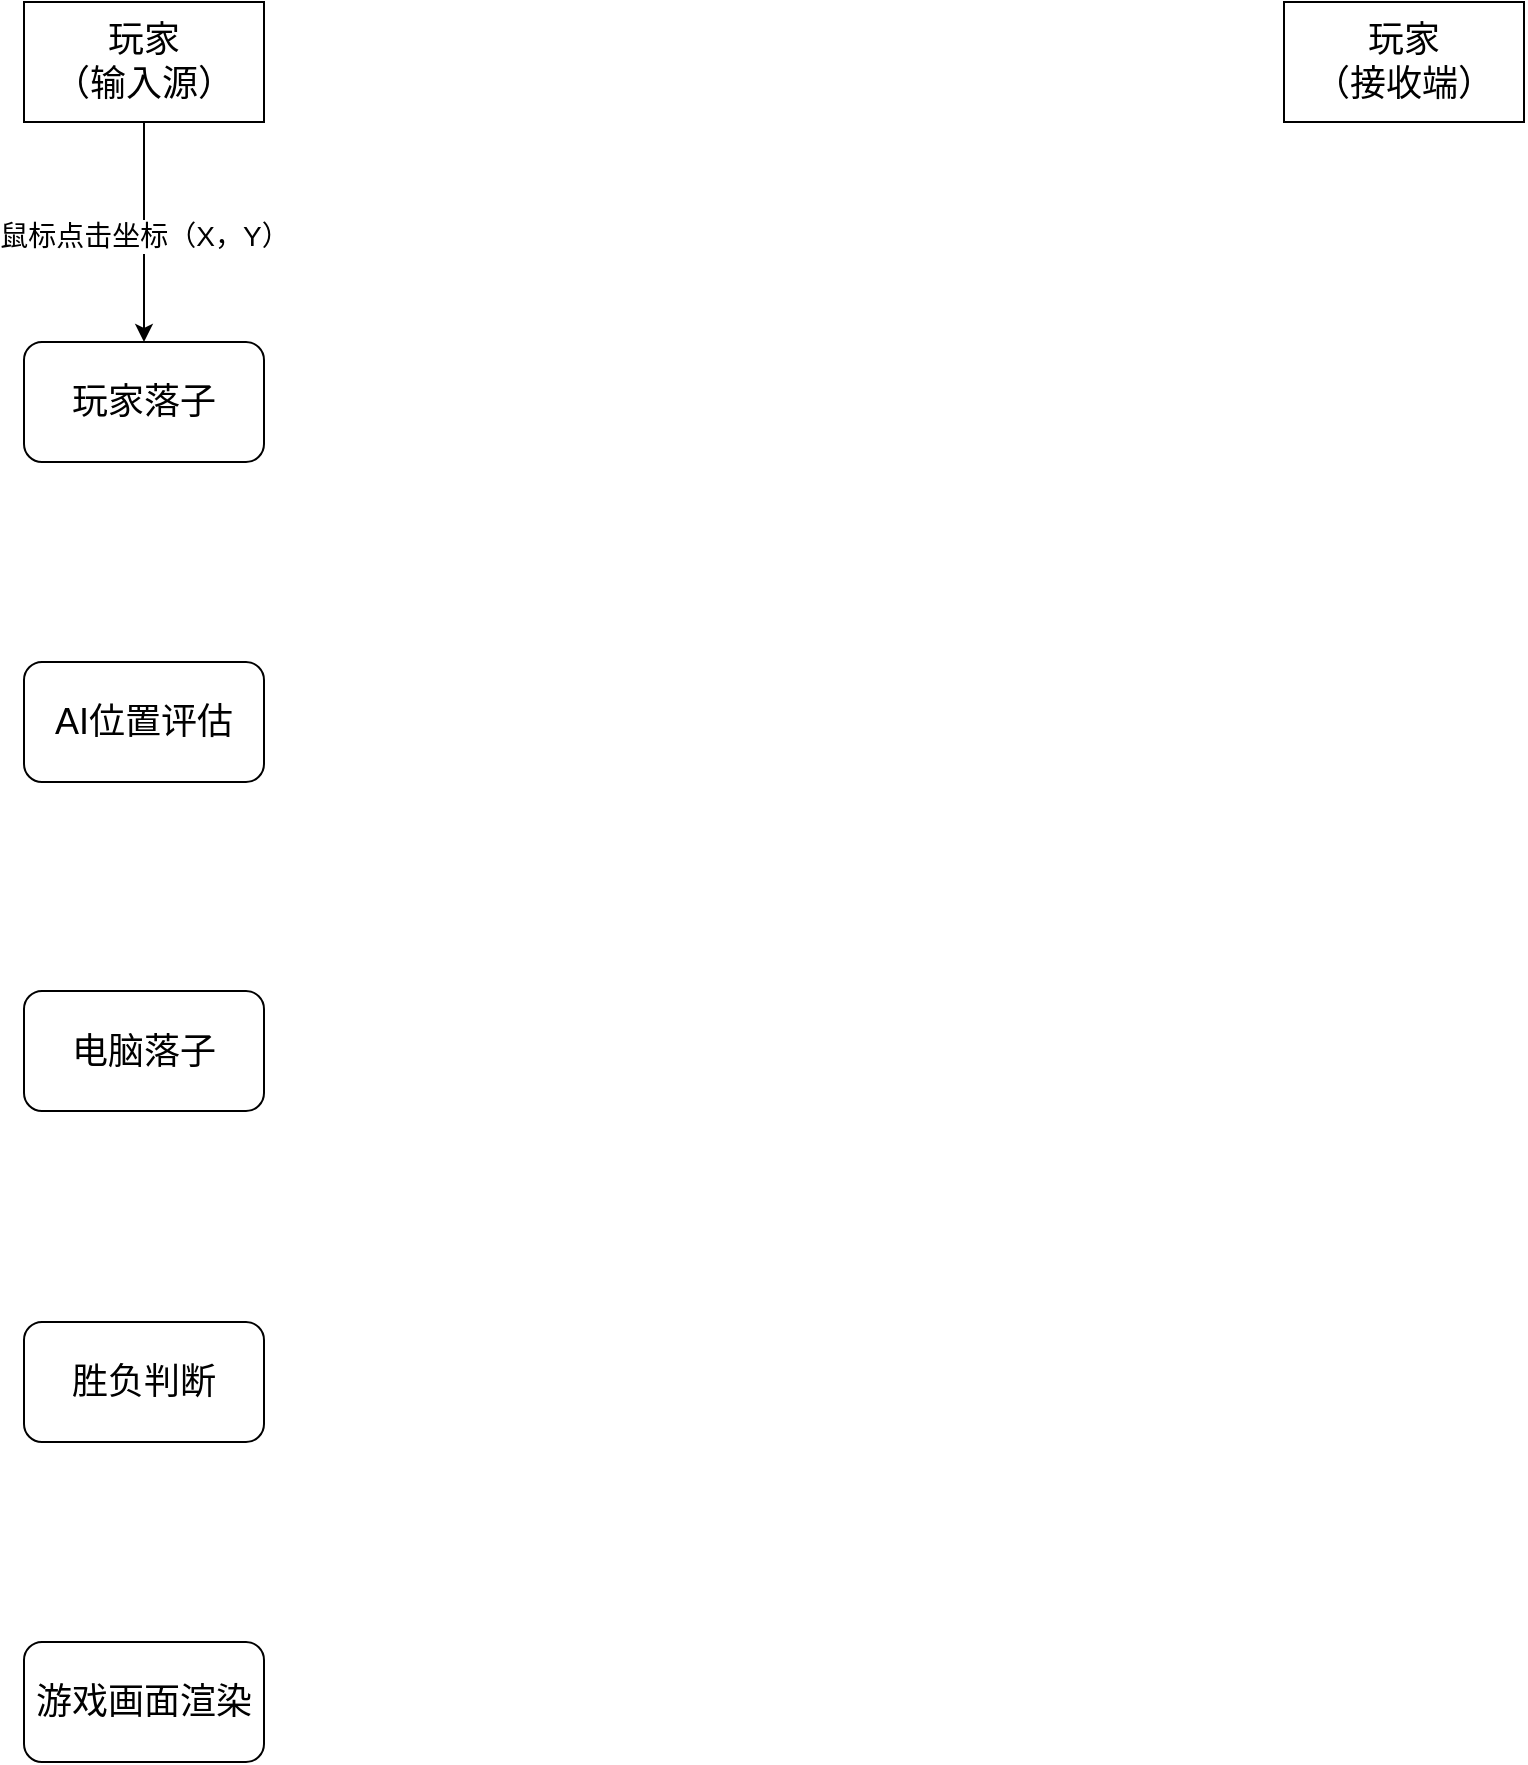
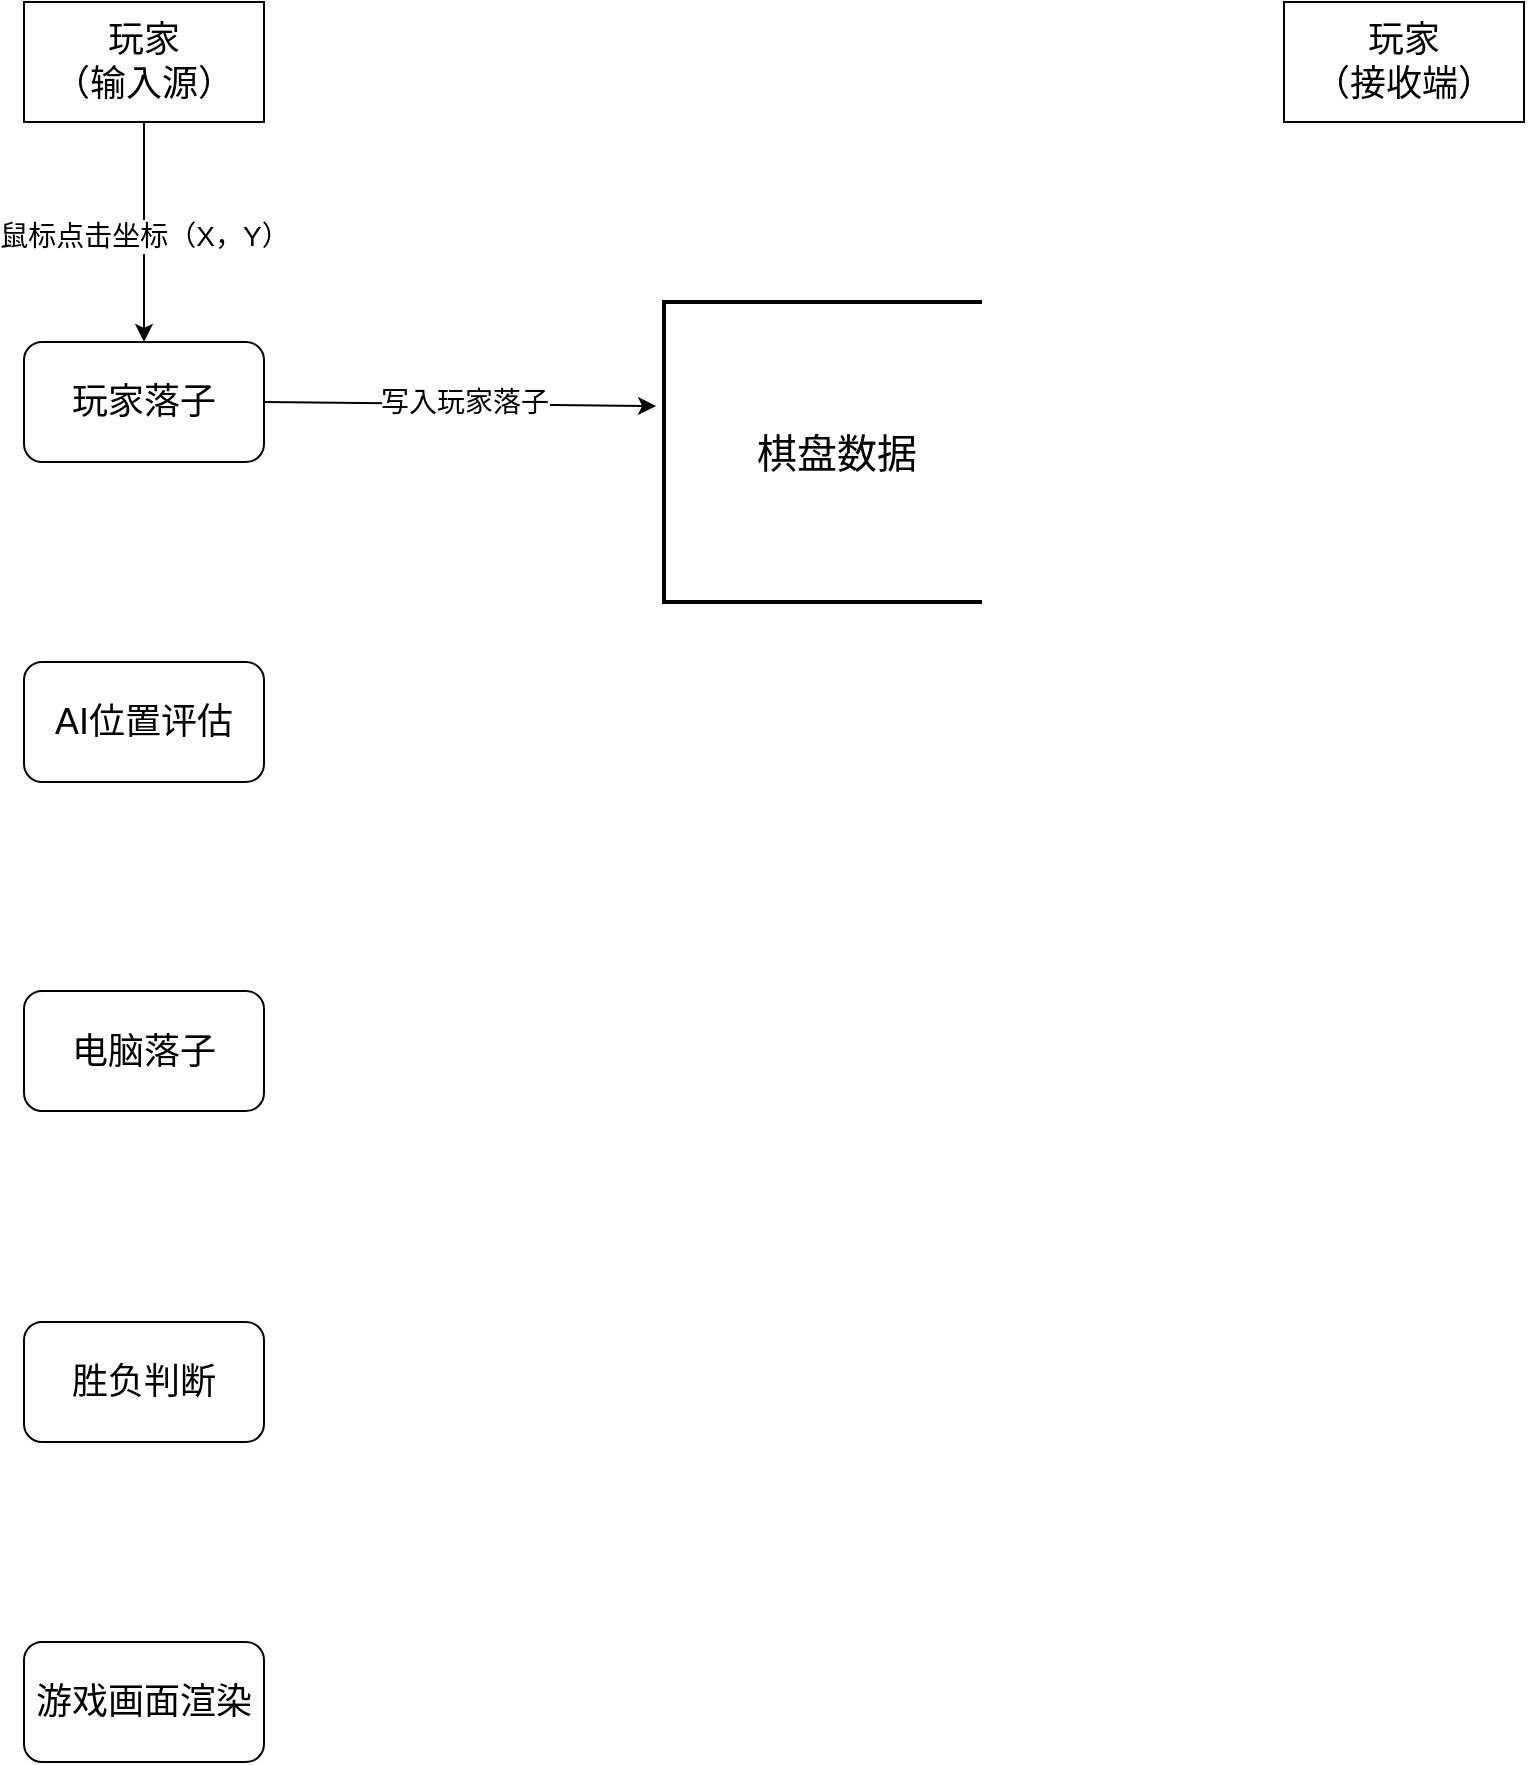
<mxfile host="app.diagrams.net">
  <diagram name="Page-1" id="hryGj0KzSXnJhMcqTr9-">
    <mxGraphModel dx="2054" dy="1198" grid="1" gridSize="10" guides="1" tooltips="1" connect="1" arrows="1" fold="1" page="1" pageScale="1" pageWidth="827" pageHeight="1169" math="0" shadow="0">
      <root>
        <mxCell id="0" />
        <mxCell id="1" parent="0" />
        <mxCell id="fDHwApNMCYBN-XmplwMt-11" edge="1" parent="1" source="fDHwApNMCYBN-XmplwMt-3" style="edgeStyle=orthogonalEdgeStyle;rounded=0;orthogonalLoop=1;jettySize=auto;html=1;exitX=0.5;exitY=1;exitDx=0;exitDy=0;entryX=0.5;entryY=0;entryDx=0;entryDy=0;" target="fDHwApNMCYBN-XmplwMt-5">
          <mxGeometry relative="1" as="geometry" />
        </mxCell>
        <mxCell id="fDHwApNMCYBN-XmplwMt-12" connectable="0" parent="fDHwApNMCYBN-XmplwMt-11" style="edgeLabel;html=1;align=center;verticalAlign=middle;resizable=0;points=[];" value="&lt;font style=&quot;font-size: 14px;&quot;&gt;鼠标点击坐标（X，Y）&lt;/font&gt;" vertex="1">
          <mxGeometry relative="1" x="0.0364" as="geometry">
            <mxPoint as="offset" />
          </mxGeometry>
        </mxCell>
        <mxCell id="fDHwApNMCYBN-XmplwMt-3" parent="1" style="rounded=0;whiteSpace=wrap;html=1;" value="&lt;font style=&quot;font-size: 18px;&quot;&gt;玩家&lt;/font&gt;&lt;div&gt;&lt;font style=&quot;font-size: 18px;&quot;&gt;（输入源）&lt;/font&gt;&lt;/div&gt;" vertex="1">
          <mxGeometry height="60" width="120" x="30" y="60" as="geometry" />
        </mxCell>
        <mxCell id="fDHwApNMCYBN-XmplwMt-5" parent="1" style="rounded=1;whiteSpace=wrap;html=1;" value="&lt;font style=&quot;font-size: 18px;&quot;&gt;玩家落子&lt;/font&gt;" vertex="1">
          <mxGeometry height="60" width="120" x="30" y="230" as="geometry" />
        </mxCell>
        <mxCell id="fDHwApNMCYBN-XmplwMt-6" parent="1" style="rounded=1;whiteSpace=wrap;html=1;" value="&lt;font style=&quot;font-size: 18px;&quot;&gt;AI位置评估&lt;/font&gt;" vertex="1">
          <mxGeometry height="60" width="120" x="30" y="390" as="geometry" />
        </mxCell>
        <mxCell id="fDHwApNMCYBN-XmplwMt-7" parent="1" style="rounded=1;whiteSpace=wrap;html=1;" value="&lt;font style=&quot;font-size: 18px;&quot;&gt;电脑落子&lt;/font&gt;" vertex="1">
          <mxGeometry height="60" width="120" x="30" y="554.5" as="geometry" />
        </mxCell>
        <mxCell id="fDHwApNMCYBN-XmplwMt-8" parent="1" style="rounded=1;whiteSpace=wrap;html=1;" value="&lt;font style=&quot;font-size: 18px;&quot;&gt;胜负判断&lt;/font&gt;" vertex="1">
          <mxGeometry height="60" width="120" x="30" y="720" as="geometry" />
        </mxCell>
        <mxCell id="fDHwApNMCYBN-XmplwMt-9" parent="1" style="rounded=1;whiteSpace=wrap;html=1;" value="&lt;font style=&quot;font-size: 18px;&quot;&gt;游戏画面渲染&lt;/font&gt;" vertex="1">
          <mxGeometry height="60" width="120" x="30" y="880" as="geometry" />
        </mxCell>
        <mxCell id="fDHwApNMCYBN-XmplwMt-10" parent="1" style="rounded=0;whiteSpace=wrap;html=1;" value="&lt;span style=&quot;font-size: 18px;&quot;&gt;玩家&lt;/span&gt;&lt;div&gt;&lt;span style=&quot;font-size: 18px;&quot;&gt;（接收端）&lt;/span&gt;&lt;/div&gt;" vertex="1">
          <mxGeometry height="60" width="120" x="660" y="60" as="geometry" />
        </mxCell>
+         <mxCell id="SoA14i47H3jGXmkj97EN-1" parent="1" style="strokeWidth=2;html=1;shape=mxgraph.flowchart.annotation_1;align=left;pointerEvents=1;" value="&lt;font style=&quot;font-size: 20px;&quot;&gt;&lt;font style=&quot;&quot;&gt;&amp;nbsp; &amp;nbsp; &amp;nbsp; &amp;nbsp; 棋盘数据&lt;/font&gt;&lt;/font&gt;" vertex="1">
+           <mxGeometry height="150" width="159" x="350" y="210" as="geometry" />
+         </mxCell>
+         <mxCell id="SoA14i47H3jGXmkj97EN-10" edge="1" parent="1" source="fDHwApNMCYBN-XmplwMt-5" style="endArrow=classic;html=1;rounded=0;exitX=1;exitY=0.5;exitDx=0;exitDy=0;entryX=-0.025;entryY=0.347;entryDx=0;entryDy=0;entryPerimeter=0;" target="SoA14i47H3jGXmkj97EN-1" value="">
+           <mxGeometry height="50" relative="1" width="50" as="geometry">
+             <mxPoint x="160" y="250" as="sourcePoint" />
+             <mxPoint x="340" y="260" as="targetPoint" />
+           </mxGeometry>
+         </mxCell>
+         <mxCell id="SoA14i47H3jGXmkj97EN-11" connectable="0" parent="SoA14i47H3jGXmkj97EN-10" style="edgeLabel;html=1;align=center;verticalAlign=middle;resizable=0;points=[];" value="&lt;font style=&quot;font-size: 14px;&quot;&gt;写入玩家落子&lt;/font&gt;" vertex="1">
+           <mxGeometry relative="1" x="0.0202" y="1" as="geometry">
+             <mxPoint as="offset" />
+           </mxGeometry>
+         </mxCell>
      </root>
    </mxGraphModel>
  </diagram>
</mxfile>
